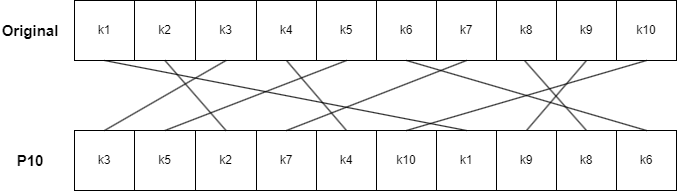
Before: public/img/simpleDesPage/P10.png, a diagram exported from draw.io (hejzlzd1/EducrypterUHK). Source tidied: cells renumbered, new cells last; positions are measured from the earlier drawing's top-left corner, leaving out a move shared by most shapes. The source it was exported from:
```xml
<mxGraphModel>
  <root>
    <mxCell id="0" />
    <mxCell id="1" parent="0" />
    <mxCell id="2" style="rounded=0;jettySize=auto;html=1;exitX=0.75;exitY=1;exitDx=0;exitDy=0;entryX=0.5;entryY=0;entryDx=0;entryDy=0;startArrow=none;startFill=0;endArrow=none;endFill=0;" parent="1" edge="1" source="3" target="23">
      <mxGeometry relative="1" as="geometry" />
    </mxCell>
    <mxCell id="3" style="swimlane;startSize=0;" parent="1" vertex="1">
      <mxGeometry x="74" width="600" height="60" as="geometry" />
    </mxCell>
    <mxCell id="4" value="k1" style="rounded=0;whiteSpace=wrap;html=1;" parent="3" vertex="1">
      <mxGeometry width="60" height="60" as="geometry" />
    </mxCell>
    <mxCell id="5" value="k2" style="rounded=0;whiteSpace=wrap;html=1;" parent="3" vertex="1">
      <mxGeometry x="60" width="61" height="60" as="geometry" />
    </mxCell>
    <mxCell id="6" value="k3" style="rounded=0;whiteSpace=wrap;html=1;" parent="3" vertex="1">
      <mxGeometry x="121" width="61" height="60" as="geometry" />
    </mxCell>
    <mxCell id="7" value="k4" style="rounded=0;whiteSpace=wrap;html=1;" parent="3" vertex="1">
      <mxGeometry x="182" width="60" height="60" as="geometry" />
    </mxCell>
    <mxCell id="8" value="k5" style="rounded=0;whiteSpace=wrap;html=1;" parent="3" vertex="1">
      <mxGeometry x="242" width="60" height="60" as="geometry" />
    </mxCell>
    <mxCell id="9" value="k6" style="rounded=0;whiteSpace=wrap;html=1;" parent="3" vertex="1">
      <mxGeometry x="302" width="60" height="60" as="geometry" />
    </mxCell>
    <mxCell id="10" value="k7" style="rounded=0;whiteSpace=wrap;html=1;" parent="3" vertex="1">
      <mxGeometry x="362" width="60" height="60" as="geometry" />
    </mxCell>
    <mxCell id="11" value="k8" style="rounded=0;whiteSpace=wrap;html=1;" parent="3" vertex="1">
      <mxGeometry x="422" width="60" height="60" as="geometry" />
    </mxCell>
    <mxCell id="12" value="k9" style="rounded=0;whiteSpace=wrap;html=1;" parent="3" vertex="1">
      <mxGeometry x="482" width="60" height="60" as="geometry" />
    </mxCell>
    <mxCell id="13" value="k10&lt;br&gt;" style="rounded=0;whiteSpace=wrap;html=1;" parent="3" vertex="1">
      <mxGeometry x="542" width="60" height="60" as="geometry" />
    </mxCell>
    <mxCell id="14" style="swimlane;startSize=0;" parent="1" vertex="1">
      <mxGeometry x="74" y="130" width="600" height="60" as="geometry" />
    </mxCell>
    <mxCell id="15" value="k3" style="rounded=0;whiteSpace=wrap;html=1;" parent="14" vertex="1">
      <mxGeometry width="60" height="60" as="geometry" />
    </mxCell>
    <mxCell id="16" value="k5" style="rounded=0;whiteSpace=wrap;html=1;" parent="14" vertex="1">
      <mxGeometry x="60" width="61" height="60" as="geometry" />
    </mxCell>
    <mxCell id="17" value="k2" style="rounded=0;whiteSpace=wrap;html=1;" parent="14" vertex="1">
      <mxGeometry x="121" width="61" height="60" as="geometry" />
    </mxCell>
    <mxCell id="18" value="k7" style="rounded=0;whiteSpace=wrap;html=1;" parent="14" vertex="1">
      <mxGeometry x="182" width="60" height="60" as="geometry" />
    </mxCell>
    <mxCell id="19" value="k4" style="rounded=0;whiteSpace=wrap;html=1;" parent="14" vertex="1">
      <mxGeometry x="242" width="60" height="60" as="geometry" />
    </mxCell>
    <mxCell id="20" value="k10" style="rounded=0;whiteSpace=wrap;html=1;" parent="14" vertex="1">
      <mxGeometry x="302" width="60" height="60" as="geometry" />
    </mxCell>
    <mxCell id="21" value="k1" style="rounded=0;whiteSpace=wrap;html=1;" parent="14" vertex="1">
      <mxGeometry x="362" width="60" height="60" as="geometry" />
    </mxCell>
    <mxCell id="22" value="k9" style="rounded=0;whiteSpace=wrap;html=1;" parent="14" vertex="1">
      <mxGeometry x="422" width="60" height="60" as="geometry" />
    </mxCell>
    <mxCell id="23" value="k8" style="rounded=0;whiteSpace=wrap;html=1;" parent="14" vertex="1">
      <mxGeometry x="482" width="60" height="60" as="geometry" />
    </mxCell>
    <mxCell id="24" value="k6" style="rounded=0;whiteSpace=wrap;html=1;" parent="14" vertex="1">
      <mxGeometry x="542" width="60" height="60" as="geometry" />
    </mxCell>
    <mxCell id="25" value="&lt;font style=&quot;font-size: 15px;&quot;&gt;&lt;b&gt;P10&lt;/b&gt;&lt;/font&gt;" style="text;html=1;strokeColor=none;fillColor=none;align=center;verticalAlign=middle;whiteSpace=wrap;rounded=0;" parent="1" vertex="1">
      <mxGeometry y="145" width="60" height="30" as="geometry" />
    </mxCell>
    <mxCell id="26" value="&lt;font style=&quot;font-size: 15px;&quot;&gt;&lt;b&gt;Original&lt;/b&gt;&lt;/font&gt;" style="text;html=1;strokeColor=none;fillColor=none;align=center;verticalAlign=middle;whiteSpace=wrap;rounded=0;" parent="1" vertex="1">
      <mxGeometry y="15" width="60" height="30" as="geometry" />
    </mxCell>
    <mxCell id="27" style="rounded=0;jettySize=auto;html=1;exitX=0.5;exitY=1;exitDx=0;exitDy=0;entryX=0.5;entryY=0;entryDx=0;entryDy=0;startArrow=none;startFill=0;endArrow=none;endFill=0;" parent="1" edge="1" source="4" target="21">
      <mxGeometry relative="1" as="geometry" />
    </mxCell>
    <mxCell id="28" style="rounded=0;jettySize=auto;html=1;exitX=0.5;exitY=1;exitDx=0;exitDy=0;entryX=0.5;entryY=0;entryDx=0;entryDy=0;startArrow=none;startFill=0;endArrow=none;endFill=0;" parent="1" edge="1" source="5" target="17">
      <mxGeometry relative="1" as="geometry" />
    </mxCell>
    <mxCell id="29" style="rounded=0;jettySize=auto;html=1;exitX=0.5;exitY=1;exitDx=0;exitDy=0;entryX=0.5;entryY=0;entryDx=0;entryDy=0;startArrow=none;startFill=0;endArrow=none;endFill=0;" parent="1" edge="1" source="6" target="15">
      <mxGeometry relative="1" as="geometry" />
    </mxCell>
    <mxCell id="30" style="rounded=0;jettySize=auto;html=1;exitX=0.5;exitY=1;exitDx=0;exitDy=0;entryX=0.5;entryY=0;entryDx=0;entryDy=0;startArrow=none;startFill=0;endArrow=none;endFill=0;" parent="1" edge="1" source="7" target="19">
      <mxGeometry relative="1" as="geometry" />
    </mxCell>
    <mxCell id="31" style="rounded=0;jettySize=auto;html=1;exitX=0.5;exitY=1;exitDx=0;exitDy=0;entryX=0.5;entryY=0;entryDx=0;entryDy=0;startArrow=none;startFill=0;endArrow=none;endFill=0;" parent="1" edge="1" source="8" target="16">
      <mxGeometry relative="1" as="geometry" />
    </mxCell>
    <mxCell id="32" style="rounded=0;jettySize=auto;html=1;exitX=0.5;exitY=1;exitDx=0;exitDy=0;entryX=0.5;entryY=0;entryDx=0;entryDy=0;startArrow=none;startFill=0;endArrow=none;endFill=0;" parent="1" edge="1" source="9" target="24">
      <mxGeometry relative="1" as="geometry" />
    </mxCell>
    <mxCell id="33" style="rounded=0;jettySize=auto;html=1;exitX=0.5;exitY=1;exitDx=0;exitDy=0;entryX=0.5;entryY=0;entryDx=0;entryDy=0;startArrow=none;startFill=0;endArrow=none;endFill=0;" parent="1" edge="1" source="10" target="18">
      <mxGeometry relative="1" as="geometry" />
    </mxCell>
    <mxCell id="34" style="rounded=0;jettySize=auto;html=1;exitX=0.5;exitY=1;exitDx=0;exitDy=0;entryX=0.5;entryY=0;entryDx=0;entryDy=0;startArrow=none;startFill=0;endArrow=none;endFill=0;" parent="1" edge="1" source="12" target="22">
      <mxGeometry relative="1" as="geometry" />
    </mxCell>
    <mxCell id="35" style="rounded=0;jettySize=auto;html=1;exitX=0.5;exitY=1;exitDx=0;exitDy=0;entryX=0.5;entryY=0;entryDx=0;entryDy=0;startArrow=none;startFill=0;endArrow=none;endFill=0;" parent="1" edge="1" source="13" target="20">
      <mxGeometry relative="1" as="geometry" />
    </mxCell>
  </root>
</mxGraphModel>
```
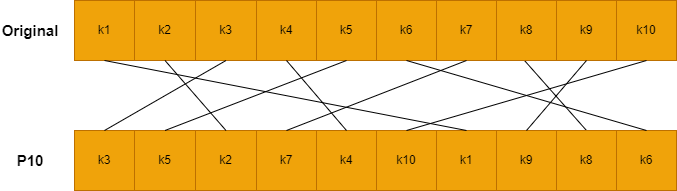
Above is the later version.

The edit, as a diff of the source:
```diff
@@ -8,67 +8,67 @@
     <mxCell id="3" style="swimlane;startSize=0;" parent="1" vertex="1">
       <mxGeometry x="74" width="600" height="60" as="geometry" />
     </mxCell>
-    <mxCell id="4" value="k1" style="rounded=0;whiteSpace=wrap;html=1;" parent="3" vertex="1">
+    <mxCell id="4" value="k1" style="rounded=0;whiteSpace=wrap;html=1;fillColor=#f0a30a;strokeColor=#BD7000;fontColor=#000000;" parent="3" vertex="1">
       <mxGeometry width="60" height="60" as="geometry" />
     </mxCell>
-    <mxCell id="5" value="k2" style="rounded=0;whiteSpace=wrap;html=1;" parent="3" vertex="1">
+    <mxCell id="5" value="k2" style="rounded=0;whiteSpace=wrap;html=1;fillColor=#f0a30a;strokeColor=#BD7000;fontColor=#000000;" parent="3" vertex="1">
       <mxGeometry x="60" width="61" height="60" as="geometry" />
     </mxCell>
-    <mxCell id="6" value="k3" style="rounded=0;whiteSpace=wrap;html=1;" parent="3" vertex="1">
+    <mxCell id="6" value="k3" style="rounded=0;whiteSpace=wrap;html=1;fillColor=#f0a30a;strokeColor=#BD7000;fontColor=#000000;" parent="3" vertex="1">
       <mxGeometry x="121" width="61" height="60" as="geometry" />
     </mxCell>
-    <mxCell id="7" value="k4" style="rounded=0;whiteSpace=wrap;html=1;" parent="3" vertex="1">
+    <mxCell id="7" value="k4" style="rounded=0;whiteSpace=wrap;html=1;fillColor=#f0a30a;strokeColor=#BD7000;fontColor=#000000;" parent="3" vertex="1">
       <mxGeometry x="182" width="60" height="60" as="geometry" />
     </mxCell>
-    <mxCell id="8" value="k5" style="rounded=0;whiteSpace=wrap;html=1;" parent="3" vertex="1">
+    <mxCell id="8" value="k5" style="rounded=0;whiteSpace=wrap;html=1;fillColor=#f0a30a;strokeColor=#BD7000;fontColor=#000000;" parent="3" vertex="1">
       <mxGeometry x="242" width="60" height="60" as="geometry" />
     </mxCell>
-    <mxCell id="9" value="k6" style="rounded=0;whiteSpace=wrap;html=1;" parent="3" vertex="1">
+    <mxCell id="9" value="k6" style="rounded=0;whiteSpace=wrap;html=1;fillColor=#f0a30a;strokeColor=#BD7000;fontColor=#000000;" parent="3" vertex="1">
       <mxGeometry x="302" width="60" height="60" as="geometry" />
     </mxCell>
-    <mxCell id="10" value="k7" style="rounded=0;whiteSpace=wrap;html=1;" parent="3" vertex="1">
+    <mxCell id="10" value="k7" style="rounded=0;whiteSpace=wrap;html=1;fillColor=#f0a30a;strokeColor=#BD7000;fontColor=#000000;" parent="3" vertex="1">
       <mxGeometry x="362" width="60" height="60" as="geometry" />
     </mxCell>
-    <mxCell id="11" value="k8" style="rounded=0;whiteSpace=wrap;html=1;" parent="3" vertex="1">
+    <mxCell id="11" value="k8" style="rounded=0;whiteSpace=wrap;html=1;fillColor=#f0a30a;strokeColor=#BD7000;fontColor=#000000;" parent="3" vertex="1">
       <mxGeometry x="422" width="60" height="60" as="geometry" />
     </mxCell>
-    <mxCell id="12" value="k9" style="rounded=0;whiteSpace=wrap;html=1;" parent="3" vertex="1">
+    <mxCell id="12" value="k9" style="rounded=0;whiteSpace=wrap;html=1;fillColor=#f0a30a;strokeColor=#BD7000;fontColor=#000000;" parent="3" vertex="1">
       <mxGeometry x="482" width="60" height="60" as="geometry" />
     </mxCell>
-    <mxCell id="13" value="k10&lt;br&gt;" style="rounded=0;whiteSpace=wrap;html=1;" parent="3" vertex="1">
+    <mxCell id="13" value="k10&lt;br&gt;" style="rounded=0;whiteSpace=wrap;html=1;fillColor=#f0a30a;strokeColor=#BD7000;fontColor=#000000;" parent="3" vertex="1">
       <mxGeometry x="542" width="60" height="60" as="geometry" />
     </mxCell>
     <mxCell id="14" style="swimlane;startSize=0;" parent="1" vertex="1">
       <mxGeometry x="74" y="130" width="600" height="60" as="geometry" />
     </mxCell>
-    <mxCell id="15" value="k3" style="rounded=0;whiteSpace=wrap;html=1;" parent="14" vertex="1">
+    <mxCell id="15" value="k3" style="rounded=0;whiteSpace=wrap;html=1;fillColor=#f0a30a;strokeColor=#BD7000;fontColor=#000000;" parent="14" vertex="1">
       <mxGeometry width="60" height="60" as="geometry" />
     </mxCell>
-    <mxCell id="16" value="k5" style="rounded=0;whiteSpace=wrap;html=1;" parent="14" vertex="1">
+    <mxCell id="16" value="k5" style="rounded=0;whiteSpace=wrap;html=1;fillColor=#f0a30a;strokeColor=#BD7000;fontColor=#000000;" parent="14" vertex="1">
       <mxGeometry x="60" width="61" height="60" as="geometry" />
     </mxCell>
-    <mxCell id="17" value="k2" style="rounded=0;whiteSpace=wrap;html=1;" parent="14" vertex="1">
+    <mxCell id="17" value="k2" style="rounded=0;whiteSpace=wrap;html=1;fillColor=#f0a30a;strokeColor=#BD7000;fontColor=#000000;" parent="14" vertex="1">
       <mxGeometry x="121" width="61" height="60" as="geometry" />
     </mxCell>
-    <mxCell id="18" value="k7" style="rounded=0;whiteSpace=wrap;html=1;" parent="14" vertex="1">
+    <mxCell id="18" value="k7" style="rounded=0;whiteSpace=wrap;html=1;fillColor=#f0a30a;strokeColor=#BD7000;fontColor=#000000;" parent="14" vertex="1">
       <mxGeometry x="182" width="60" height="60" as="geometry" />
     </mxCell>
-    <mxCell id="19" value="k4" style="rounded=0;whiteSpace=wrap;html=1;" parent="14" vertex="1">
+    <mxCell id="19" value="k4" style="rounded=0;whiteSpace=wrap;html=1;fillColor=#f0a30a;strokeColor=#BD7000;fontColor=#000000;" parent="14" vertex="1">
       <mxGeometry x="242" width="60" height="60" as="geometry" />
     </mxCell>
-    <mxCell id="20" value="k10" style="rounded=0;whiteSpace=wrap;html=1;" parent="14" vertex="1">
+    <mxCell id="20" value="k10" style="rounded=0;whiteSpace=wrap;html=1;fillColor=#f0a30a;strokeColor=#BD7000;fontColor=#000000;" parent="14" vertex="1">
       <mxGeometry x="302" width="60" height="60" as="geometry" />
     </mxCell>
-    <mxCell id="21" value="k1" style="rounded=0;whiteSpace=wrap;html=1;" parent="14" vertex="1">
+    <mxCell id="21" value="k1" style="rounded=0;whiteSpace=wrap;html=1;fillColor=#f0a30a;strokeColor=#BD7000;fontColor=#000000;" parent="14" vertex="1">
       <mxGeometry x="362" width="60" height="60" as="geometry" />
     </mxCell>
-    <mxCell id="22" value="k9" style="rounded=0;whiteSpace=wrap;html=1;" parent="14" vertex="1">
+    <mxCell id="22" value="k9" style="rounded=0;whiteSpace=wrap;html=1;fillColor=#f0a30a;strokeColor=#BD7000;fontColor=#000000;" parent="14" vertex="1">
       <mxGeometry x="422" width="60" height="60" as="geometry" />
     </mxCell>
-    <mxCell id="23" value="k8" style="rounded=0;whiteSpace=wrap;html=1;" parent="14" vertex="1">
+    <mxCell id="23" value="k8" style="rounded=0;whiteSpace=wrap;html=1;fillColor=#f0a30a;strokeColor=#BD7000;fontColor=#000000;" parent="14" vertex="1">
       <mxGeometry x="482" width="60" height="60" as="geometry" />
     </mxCell>
-    <mxCell id="24" value="k6" style="rounded=0;whiteSpace=wrap;html=1;" parent="14" vertex="1">
+    <mxCell id="24" value="k6" style="rounded=0;whiteSpace=wrap;html=1;fillColor=#f0a30a;strokeColor=#BD7000;fontColor=#000000;" parent="14" vertex="1">
       <mxGeometry x="542" width="60" height="60" as="geometry" />
     </mxCell>
     <mxCell id="25" value="&lt;font style=&quot;font-size: 15px;&quot;&gt;&lt;b&gt;P10&lt;/b&gt;&lt;/font&gt;" style="text;html=1;strokeColor=none;fillColor=none;align=center;verticalAlign=middle;whiteSpace=wrap;rounded=0;" parent="1" vertex="1">
```
